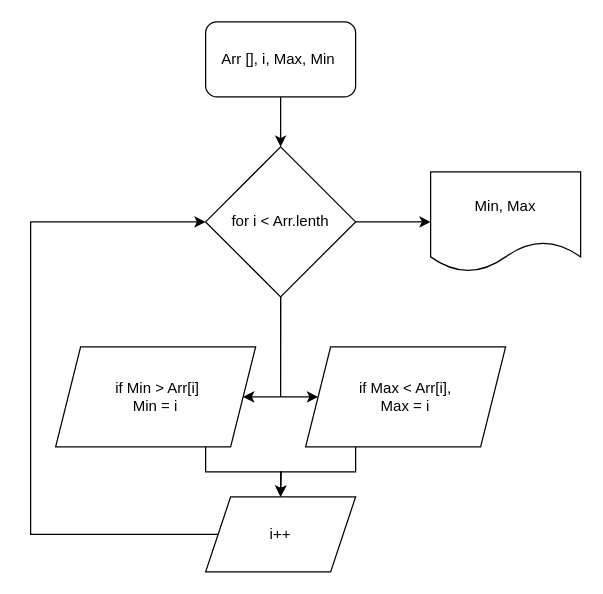
This is Introduction/HW 16.drawio from Deinail/GB-Homework, a draw.io file, before an edit. Source tidied: cells renumbered, new cells numbered last; positions are measured from the earlier drawing's top-left corner, leaving out a move shared by most shapes. Both pictures are drawn from the tidied source at 125%, with x=0, y=0 at pixel (30, 21).
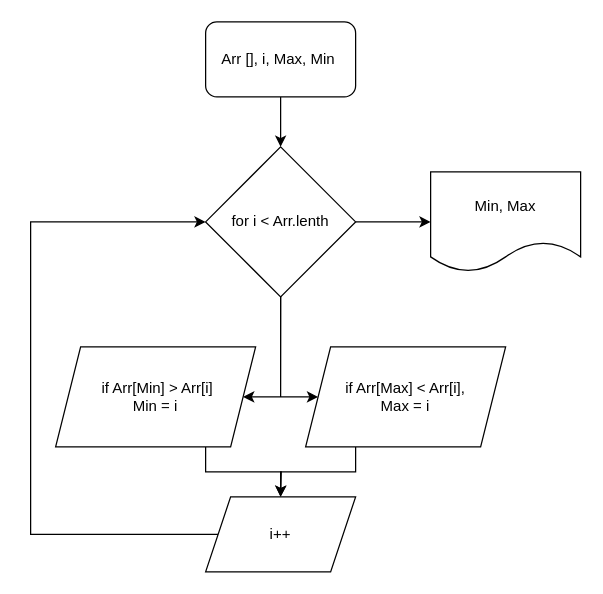
Above is the later version.

The edit, as a diff of the source:
```diff
@@
-    <mxCell id="6" value="if Max &amp;lt; Arr[i],&lt;br&gt;Max = i" style="shape=parallelogram;perimeter=parallelogramPerimeter;whiteSpace=wrap;html=1;fixedSize=1;" parent="1" vertex="1">
+    <mxCell id="6" value="if Arr[Max] &amp;lt; Arr[i],&lt;br&gt;Max = i" style="shape=parallelogram;perimeter=parallelogramPerimeter;whiteSpace=wrap;html=1;fixedSize=1;" parent="1" vertex="1">
       <mxGeometry x="220" y="260" width="160" height="80" as="geometry" />
     </mxCell>
@@
-    <mxCell id="8" value="&amp;nbsp;if Min &amp;gt; Arr[i]&lt;br&gt;Min = i" style="shape=parallelogram;perimeter=parallelogramPerimeter;whiteSpace=wrap;html=1;fixedSize=1;" parent="1" vertex="1">
+    <mxCell id="8" value="&amp;nbsp;if Arr[Min] &amp;gt; Arr[i]&lt;br&gt;Min = i" style="shape=parallelogram;perimeter=parallelogramPerimeter;whiteSpace=wrap;html=1;fixedSize=1;" parent="1" vertex="1">
       <mxGeometry x="20" y="260" width="160" height="80" as="geometry" />
     </mxCell>
```
